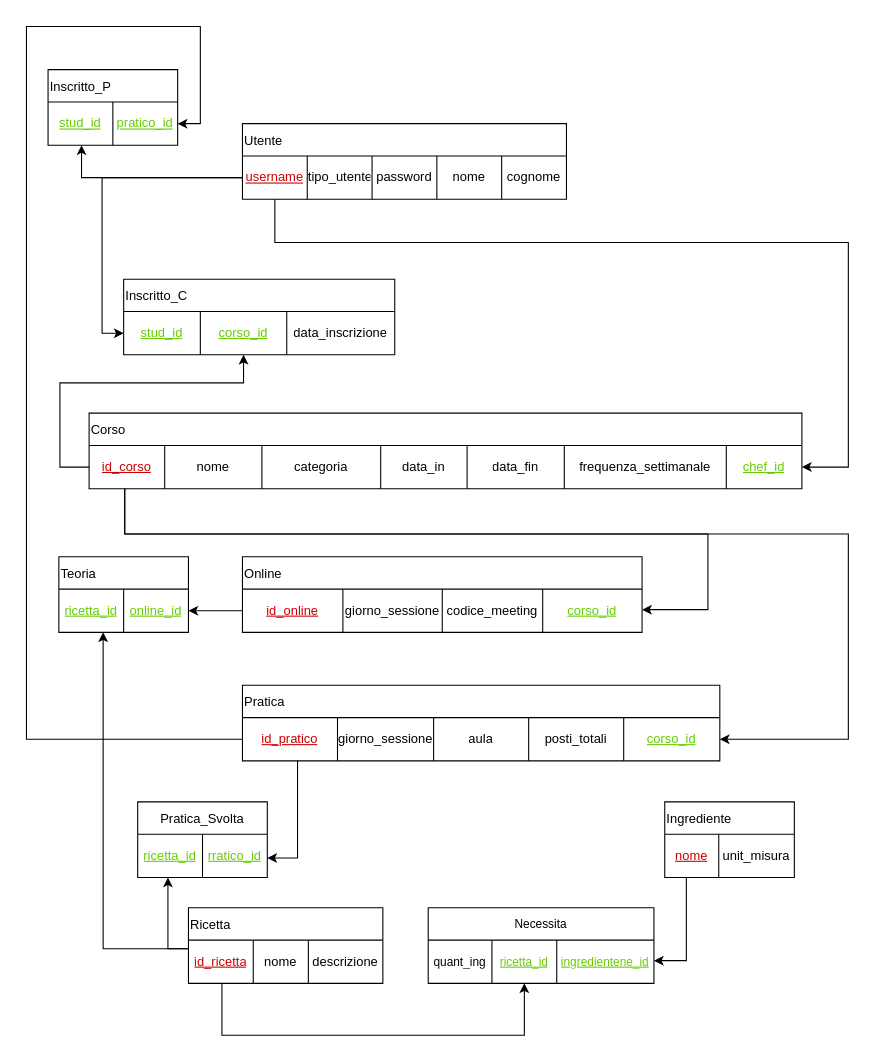
Above: page "Schema logico" (4 of 4) of bdd/uml/UML1.drawio in MetisWastaken/UninaFoodLab (draw.io), before the change. Source tidied: cells renumbered, new cells numbered last; positions are measured from the earlier drawing's top-left corner, leaving out a move shared by most shapes. Both pictures are drawn from the tidied source at 108%, with x=0, y=0 at pixel (26, 26).
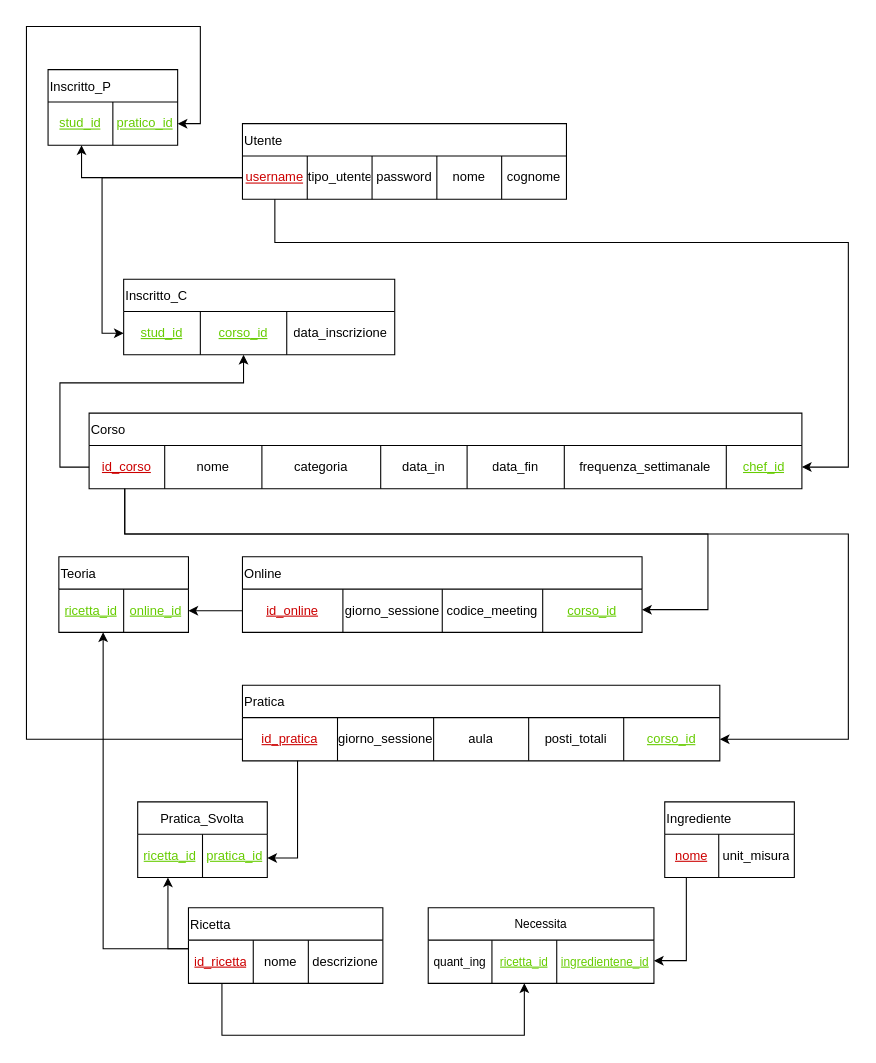
The same page after the edit.

The change refers to these unchanged cells:
```xml
<mxCell id="33" style="shape=tableRow;horizontal=0;startSize=0;swimlaneHead=0;swimlaneBody=0;strokeColor=inherit;top=0;left=0;bottom=0;right=0;fillColor=none;points=[[0,0.5],[1,0.5]];portConstraint=eastwest;" parent="32" vertex="1">
  <mxGeometry y="30" width="442" height="40" as="geometry" />
</mxCell>
<mxCell id="72" style="shape=tableRow;horizontal=0;startSize=0;swimlaneHead=0;swimlaneBody=0;strokeColor=inherit;top=0;left=0;bottom=0;right=0;fillColor=none;points=[[0,0.5],[1,0.5]];portConstraint=eastwest;" parent="71" vertex="1">
  <mxGeometry y="30" width="120" height="40" as="geometry" />
</mxCell>
```

Change to the diagram source:
```diff
@@
-    <mxCell id="34" value="&lt;font style=&quot;color: rgb(204, 0, 0);&quot;&gt;&lt;u&gt;id&lt;/u&gt;&lt;u&gt;_pratico&lt;/u&gt;&lt;/font&gt;" style="shape=partialRectangle;html=1;whiteSpace=wrap;strokeColor=inherit;overflow=hidden;fillColor=none;top=0;left=0;bottom=0;right=0;" parent="33" vertex="1">
+    <mxCell id="34" value="&lt;font style=&quot;color: rgb(204, 0, 0);&quot;&gt;&lt;u&gt;id&lt;/u&gt;&lt;u&gt;_pratica&lt;/u&gt;&lt;/font&gt;" style="shape=partialRectangle;html=1;whiteSpace=wrap;strokeColor=inherit;overflow=hidden;fillColor=none;top=0;left=0;bottom=0;right=0;" parent="33" vertex="1">
       <mxGeometry width="88" height="40" as="geometry" />
     </mxCell>
@@
-    <mxCell id="74" value="&lt;font style=&quot;color: rgb(102, 204, 0);&quot;&gt;&lt;u&gt;rratico&lt;/u&gt;&lt;/font&gt;&lt;u style=&quot;color: rgb(102, 204, 0);&quot;&gt;_id&lt;/u&gt;" style="shape=partialRectangle;html=1;whiteSpace=wrap;strokeColor=inherit;overflow=hidden;fillColor=none;top=0;left=0;bottom=0;right=0;" parent="72" vertex="1">
+    <mxCell id="74" value="&lt;font style=&quot;color: rgb(102, 204, 0);&quot;&gt;&lt;u&gt;pratica&lt;/u&gt;&lt;/font&gt;&lt;u style=&quot;color: rgb(102, 204, 0);&quot;&gt;_id&lt;/u&gt;" style="shape=partialRectangle;html=1;whiteSpace=wrap;strokeColor=inherit;overflow=hidden;fillColor=none;top=0;left=0;bottom=0;right=0;" parent="72" vertex="1">
       <mxGeometry x="60" width="60" height="40" as="geometry" />
     </mxCell>
```
